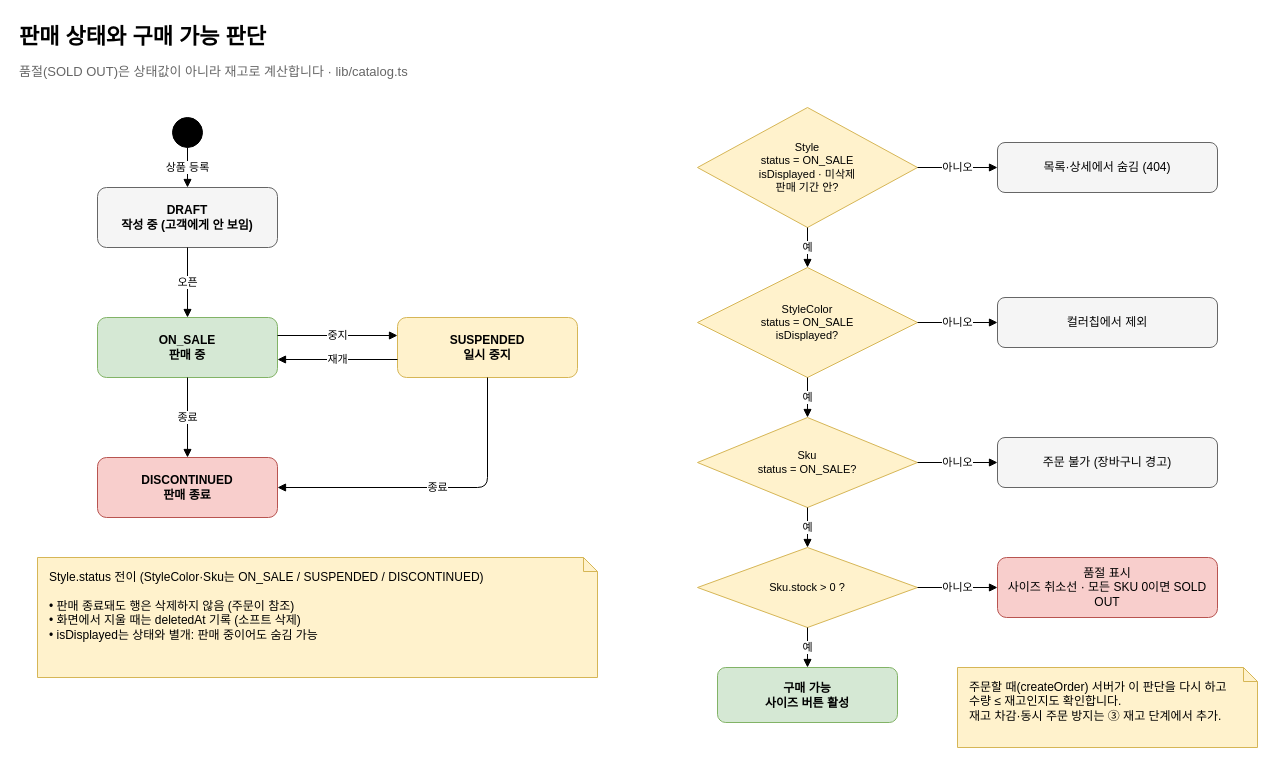
Before: page "3. 판매 상태 · 구매 가능 판단" (3 of 5) of docs/product-schema.drawio in shindongjun-cloud/fashion_shoppingmall, a draw.io diagram. Source tidied: cells renumbered, new cells numbered last; positions are measured from the earlier drawing's top-left corner, leaving out a move shared by most shapes. Both pictures are drawn from the tidied source at 100%, with x=0, y=0 at pixel (17, 17).
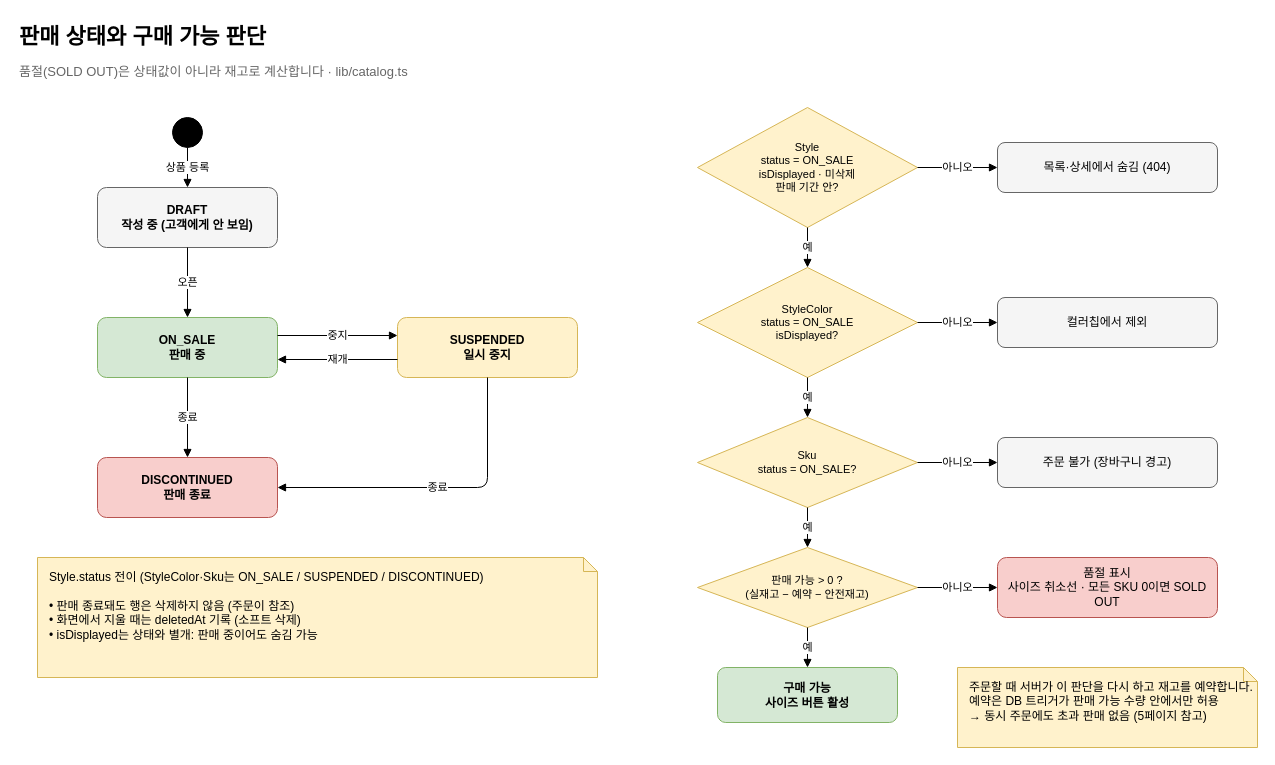
The same page after the edit.

Diff of the diagram source:
```diff
@@
-    <mxCell id="19" value="Sku.stock &gt; 0 ?" style="html=1;whiteSpace=wrap;fontSize=12;rhombus;fillColor=#fff2cc;strokeColor=#d6b656;fontSize=11;" parent="1" vertex="1">
+    <mxCell id="19" value="판매 가능 &gt; 0 ?&#10;(실재고 − 예약 − 안전재고)" style="html=1;whiteSpace=wrap;fontSize=12;rhombus;fillColor=#fff2cc;strokeColor=#d6b656;fontSize=11;" parent="1" vertex="1">
       <mxGeometry x="680" y="530" width="220" height="80" as="geometry" />
     </mxCell>
@@
-    <mxCell id="33" value="주문할 때(createOrder) 서버가 이 판단을 다시 하고&#10;수량 ≤ 재고인지도 확인합니다.&#10;재고 차감·동시 주문 방지는 ③ 재고 단계에서 추가." style="html=1;whiteSpace=wrap;fontSize=12;shape=note;size=14;fillColor=#fff2cc;strokeColor=#d6b656;align=left;spacingLeft=10;verticalAlign=top;spacingTop=6;" parent="1" vertex="1">
-      <mxGeometry x="940" y="650" width="300" height="80" as="geometry" />
-    </mxCell>
+    <mxCell id="34" value="주문할 때 서버가 이 판단을 다시 하고 재고를 예약합니다.&#10;예약은 DB 트리거가 판매 가능 수량 안에서만 허용&#10;→ 동시 주문에도 초과 판매 없음 (5페이지 참고)" style="html=1;whiteSpace=wrap;fontSize=12;shape=note;size=14;fillColor=#fff2cc;strokeColor=#d6b656;align=left;spacingLeft=10;verticalAlign=top;spacingTop=6;" parent="1" vertex="1">
+      <mxGeometry x="940" y="650" width="300" height="80" as="geometry" />
+    </mxCell>
```
